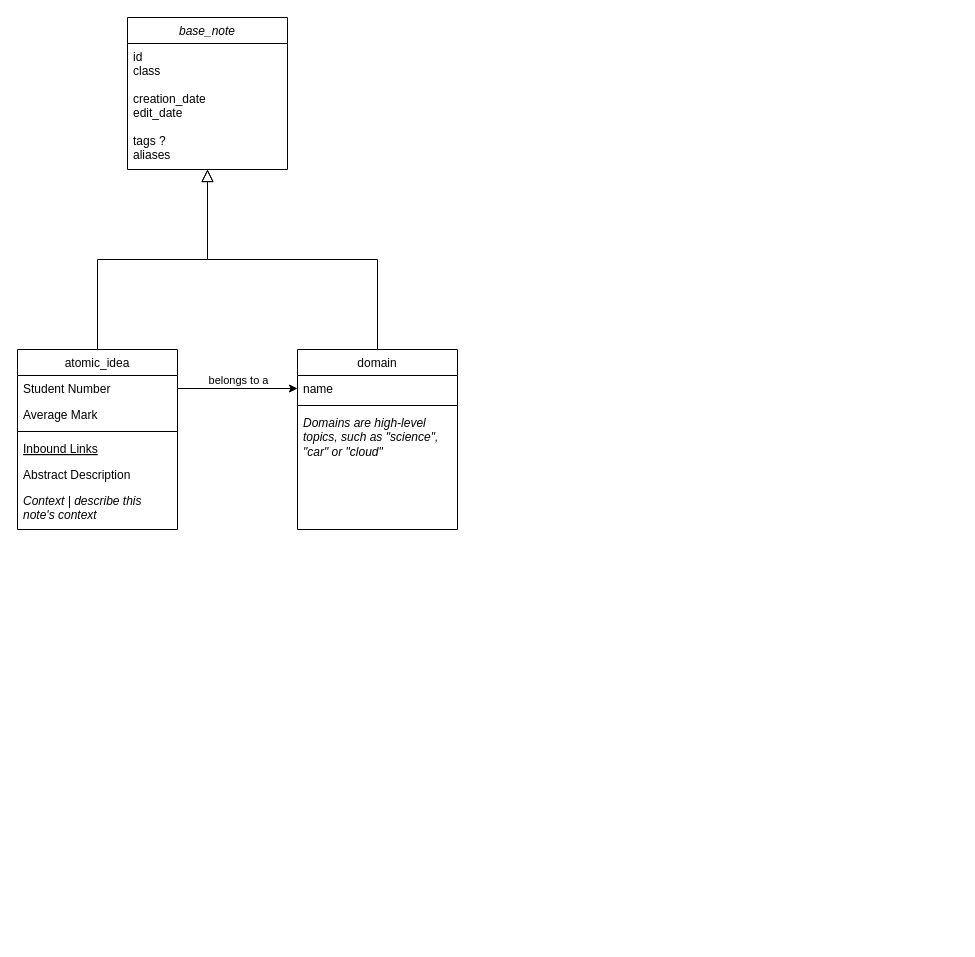
Before: Unbenanntes Diagramm.drawio in jaltgen/obsidian-meeting-workflow, a draw.io diagram. Source tidied: cells renumbered, new cells numbered last; positions are measured from the earlier drawing's top-left corner, leaving out a move shared by most shapes. Both pictures are drawn from the tidied source at 100%, with x=0, y=0 at pixel (17, 17).
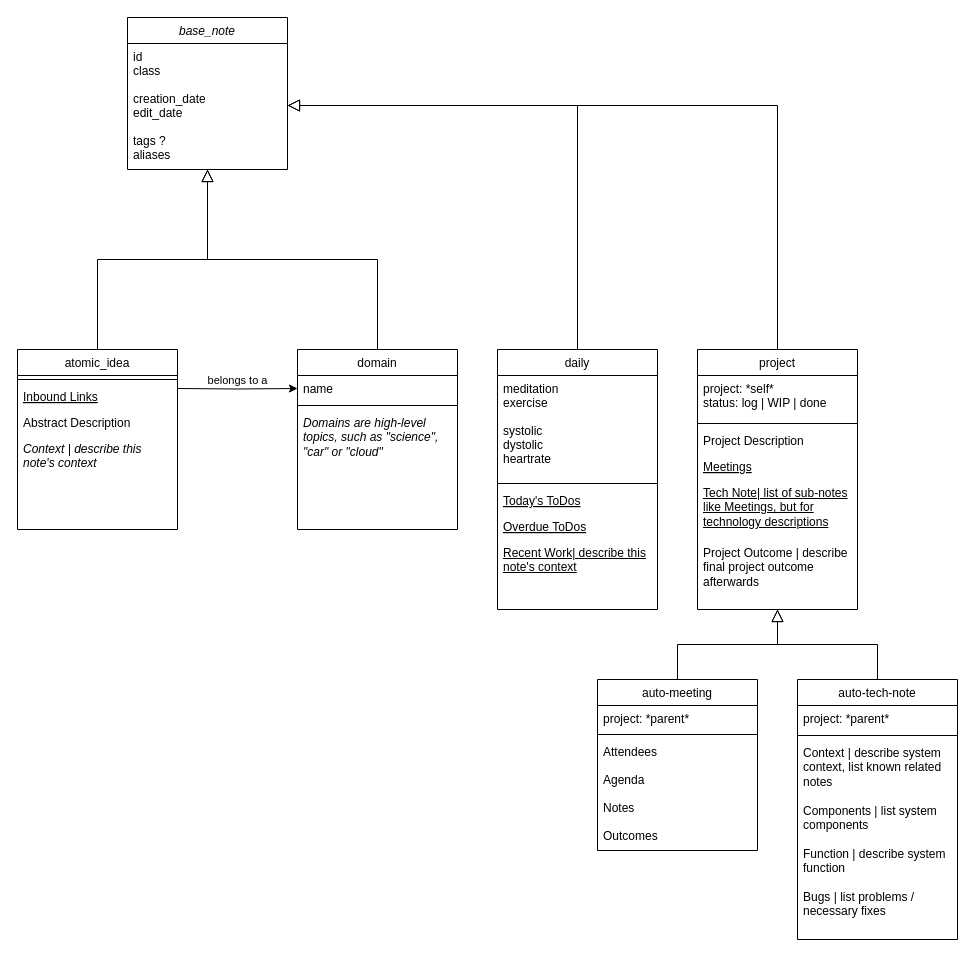
The same page after the edit.

The change refers to these unchanged cells:
```xml
<mxCell id="3" value="id&#10;class&#10;&#10;creation_date&#10;edit_date&#10;&#10;tags ?&#10;aliases&#10;" style="text;align=left;verticalAlign=top;spacingLeft=4;spacingRight=4;overflow=hidden;points=[[0,0.5],[1,0.5]];portConstraint=eastwest;strokeColor=none;" parent="2" vertex="1">
  <mxGeometry y="26" width="160" height="124" as="geometry" />
</mxCell>
<mxCell id="4" value="atomic_idea" style="swimlane;fontStyle=0;align=center;verticalAlign=top;horizontal=1;startSize=26;rounded=0;shadow=0;strokeWidth=1;" parent="1" vertex="1">
  <mxGeometry y="332" width="160" height="180" as="geometry" />
</mxCell>
<mxCell id="13" value="name" style="text;align=left;verticalAlign=top;spacingLeft=4;spacingRight=4;overflow=hidden;points=[[0,0.5],[1,0.5]];portConstraint=eastwest;" parent="12" vertex="1">
  <mxGeometry y="26" width="160" height="26" as="geometry" />
</mxCell>
```

Diff of the diagram source:
```diff
@@
-    <mxCell id="5" value="Student Number" style="text;align=left;verticalAlign=top;spacingLeft=4;spacingRight=4;overflow=hidden;points=[[0,0.5],[1,0.5]];portConstraint=eastwest;" parent="4" vertex="1">
-      <mxGeometry y="26" width="160" height="26" as="geometry" />
-    </mxCell>
-    <mxCell id="6" value="Average Mark" style="text;align=left;verticalAlign=top;spacingLeft=4;spacingRight=4;overflow=hidden;rounded=0;shadow=0;html=0;" parent="4" vertex="1">
-      <mxGeometry y="52" width="160" height="26" as="geometry" />
-    </mxCell>
     <mxCell id="7" style="line;html=1;strokeWidth=1;align=left;verticalAlign=middle;spacingTop=-1;spacingLeft=3;spacingRight=3;labelPosition=right;" parent="4" vertex="1">
-      <mxGeometry y="78" width="160" height="8" as="geometry" />
+      <mxGeometry y="26" width="160" height="8" as="geometry" />
     </mxCell>
     <mxCell id="8" value="Inbound Links" style="text;align=left;verticalAlign=top;spacingLeft=4;spacingRight=4;overflow=hidden;fontStyle=4;" parent="4" vertex="1">
-      <mxGeometry y="86" width="160" height="26" as="geometry" />
+      <mxGeometry y="34" width="160" height="26" as="geometry" />
     </mxCell>
     <mxCell id="9" value="Abstract Description" style="text;align=left;verticalAlign=top;spacingLeft=4;spacingRight=4;overflow=hidden;" parent="4" vertex="1">
-      <mxGeometry y="112" width="160" height="26" as="geometry" />
+      <mxGeometry y="60" width="160" height="26" as="geometry" />
     </mxCell>
     <mxCell id="10" value="Context | describe this note's context" style="text;align=left;verticalAlign=top;spacingLeft=4;spacingRight=4;overflow=hidden;fontStyle=2;whiteSpace=wrap;" parent="4" vertex="1">
-      <mxGeometry y="138" width="160" height="42" as="geometry" />
+      <mxGeometry y="86" width="160" height="42" as="geometry" />
     </mxCell>
@@
-    <mxCell id="17" style="edgeStyle=orthogonalEdgeStyle;rounded=0;jettySize=auto;html=1;exitX=1;exitY=0.5;exitDx=0;exitDy=0;entryX=0;entryY=0.5;entryDx=0;entryDy=0;" parent="1" edge="1" source="5" target="13">
-      <mxGeometry relative="1" as="geometry" />
+    <mxCell id="17" style="edgeStyle=orthogonalEdgeStyle;rounded=0;jettySize=auto;html=1;exitX=1;exitY=0.5;exitDx=0;exitDy=0;entryX=0;entryY=0.5;entryDx=0;entryDy=0;" parent="1" edge="1" target="13">
+      <mxGeometry relative="1" as="geometry">
+        <mxPoint x="160" y="371" as="sourcePoint" />
+      </mxGeometry>
     </mxCell>
@@
+    <mxCell id="19" style="edgeStyle=orthogonalEdgeStyle;rounded=0;jettySize=auto;html=1;exitX=0.5;exitY=0;exitDx=0;exitDy=0;entryX=1;entryY=0.5;entryDx=0;entryDy=0;endArrow=block;endSize=10;endFill=0;shadow=0;strokeWidth=1;" parent="1" edge="1" source="20" target="3">
+      <mxGeometry relative="1" as="geometry" />
+    </mxCell>
+    <mxCell id="20" value="daily" style="swimlane;fontStyle=0;align=center;verticalAlign=top;horizontal=1;startSize=26;rounded=0;shadow=0;strokeWidth=1;" parent="1" vertex="1">
+      <mxGeometry x="480" y="332" width="160" height="260" as="geometry" />
+    </mxCell>
+    <mxCell id="21" value="meditation&#10;exercise&#10;&#10;systolic&#10;dystolic&#10;heartrate" style="text;align=left;verticalAlign=top;spacingLeft=4;spacingRight=4;overflow=hidden;" parent="20" vertex="1">
+      <mxGeometry y="26" width="160" height="104" as="geometry" />
+    </mxCell>
+    <mxCell id="22" style="line;html=1;strokeWidth=1;align=left;verticalAlign=middle;spacingTop=-1;spacingLeft=3;spacingRight=3;labelPosition=right;" parent="20" vertex="1">
+      <mxGeometry y="130" width="160" height="8" as="geometry" />
+    </mxCell>
+    <mxCell id="23" value="Today's ToDos" style="text;align=left;verticalAlign=top;spacingLeft=4;spacingRight=4;overflow=hidden;fontStyle=4;" parent="20" vertex="1">
+      <mxGeometry y="138" width="160" height="26" as="geometry" />
+    </mxCell>
+    <mxCell id="24" value="Overdue ToDos" style="text;align=left;verticalAlign=top;spacingLeft=4;spacingRight=4;overflow=hidden;fontStyle=4;" parent="20" vertex="1">
+      <mxGeometry y="164" width="160" height="26" as="geometry" />
+    </mxCell>
+    <mxCell id="25" value="Recent Work| describe this note's context" style="text;align=left;verticalAlign=top;spacingLeft=4;spacingRight=4;overflow=hidden;fontStyle=4;whiteSpace=wrap;" parent="20" vertex="1">
+      <mxGeometry y="190" width="160" height="42" as="geometry" />
+    </mxCell>
+    <mxCell id="26" style="edgeStyle=orthogonalEdgeStyle;rounded=0;jettySize=auto;html=1;exitX=0.5;exitY=0;exitDx=0;exitDy=0;entryX=1;entryY=0.5;entryDx=0;entryDy=0;endArrow=block;endSize=10;endFill=0;shadow=0;strokeWidth=1;" parent="1" edge="1" source="27" target="3">
+      <mxGeometry relative="1" as="geometry" />
+    </mxCell>
+    <mxCell id="27" value="project" style="swimlane;fontStyle=0;align=center;verticalAlign=top;horizontal=1;startSize=26;rounded=0;shadow=0;strokeWidth=1;" parent="1" vertex="1">
+      <mxGeometry x="680" y="332" width="160" height="260" as="geometry" />
+    </mxCell>
+    <mxCell id="28" value="project: *self*&#10;status: log | WIP | done&#10;&#10;" style="text;align=left;verticalAlign=top;spacingLeft=4;spacingRight=4;overflow=hidden;" parent="27" vertex="1">
+      <mxGeometry y="26" width="160" height="44" as="geometry" />
+    </mxCell>
+    <mxCell id="29" style="line;html=1;strokeWidth=1;align=left;verticalAlign=middle;spacingTop=-1;spacingLeft=3;spacingRight=3;labelPosition=right;" parent="27" vertex="1">
+      <mxGeometry y="70" width="160" height="8" as="geometry" />
+    </mxCell>
+    <mxCell id="30" value="Project Description" style="text;align=left;verticalAlign=top;spacingLeft=4;spacingRight=4;overflow=hidden;fontStyle=0;" parent="27" vertex="1">
+      <mxGeometry y="78" width="160" height="26" as="geometry" />
+    </mxCell>
+    <mxCell id="31" value="Meetings" style="text;align=left;verticalAlign=top;spacingLeft=4;spacingRight=4;overflow=hidden;fontStyle=4;" parent="27" vertex="1">
+      <mxGeometry y="104" width="160" height="26" as="geometry" />
+    </mxCell>
+    <mxCell id="32" value="Tech Note| list of sub-notes like Meetings, but for technology descriptions" style="text;align=left;verticalAlign=top;spacingLeft=4;spacingRight=4;overflow=hidden;fontStyle=4;whiteSpace=wrap;" parent="27" vertex="1">
+      <mxGeometry y="130" width="160" height="60" as="geometry" />
+    </mxCell>
+    <mxCell id="33" value="Project Outcome | describe final project outcome afterwards" style="text;align=left;verticalAlign=top;spacingLeft=4;spacingRight=4;overflow=hidden;fontStyle=0;whiteSpace=wrap;" parent="27" vertex="1">
+      <mxGeometry y="190" width="160" height="50" as="geometry" />
+    </mxCell>
+    <mxCell id="34" style="edgeStyle=orthogonalEdgeStyle;rounded=0;jettySize=auto;html=1;exitX=0.5;exitY=0;exitDx=0;exitDy=0;entryX=0.5;entryY=1;entryDx=0;entryDy=0;endArrow=block;endSize=10;endFill=0;shadow=0;strokeWidth=1;" parent="1" edge="1" source="35" target="27">
+      <mxGeometry relative="1" as="geometry" />
+    </mxCell>
+    <mxCell id="35" value="auto-meeting" style="swimlane;fontStyle=0;align=center;verticalAlign=top;horizontal=1;startSize=26;rounded=0;shadow=0;strokeWidth=1;" parent="1" vertex="1">
+      <mxGeometry x="580" y="662" width="160" height="171" as="geometry" />
+    </mxCell>
+    <mxCell id="36" value="project: *parent*" style="text;align=left;verticalAlign=top;spacingLeft=4;spacingRight=4;overflow=hidden;" parent="35" vertex="1">
+      <mxGeometry y="26" width="160" height="25" as="geometry" />
+    </mxCell>
+    <mxCell id="37" style="line;html=1;strokeWidth=1;align=left;verticalAlign=middle;spacingTop=-1;spacingLeft=3;spacingRight=3;labelPosition=right;" parent="35" vertex="1">
+      <mxGeometry y="51" width="160" height="8" as="geometry" />
+    </mxCell>
+    <mxCell id="38" value="Attendees&#10;&#10;Agenda&#10;&#10;Notes&#10;&#10;Outcomes" style="text;align=left;verticalAlign=top;spacingLeft=4;spacingRight=4;overflow=hidden;fontStyle=0;" parent="35" vertex="1">
+      <mxGeometry y="59" width="160" height="112" as="geometry" />
+    </mxCell>
+    <mxCell id="39" style="edgeStyle=orthogonalEdgeStyle;rounded=0;jettySize=auto;html=1;exitX=0.5;exitY=0;exitDx=0;exitDy=0;entryX=0.5;entryY=1;entryDx=0;entryDy=0;endArrow=block;endSize=10;endFill=0;shadow=0;strokeWidth=1;" parent="1" edge="1" source="40" target="27">
+      <mxGeometry relative="1" as="geometry" />
+    </mxCell>
+    <mxCell id="40" value="auto-tech-note" style="swimlane;fontStyle=0;align=center;verticalAlign=top;horizontal=1;startSize=26;rounded=0;shadow=0;strokeWidth=1;" parent="1" vertex="1">
+      <mxGeometry x="780" y="662" width="160" height="260" as="geometry" />
+    </mxCell>
+    <mxCell id="41" value="project: *parent*" style="text;align=left;verticalAlign=top;spacingLeft=4;spacingRight=4;overflow=hidden;" parent="40" vertex="1">
+      <mxGeometry y="26" width="160" height="26" as="geometry" />
+    </mxCell>
+    <mxCell id="42" style="line;html=1;strokeWidth=1;align=left;verticalAlign=middle;spacingTop=-1;spacingLeft=3;spacingRight=3;labelPosition=right;" parent="40" vertex="1">
+      <mxGeometry y="52" width="160" height="8" as="geometry" />
+    </mxCell>
+    <mxCell id="43" value="Context | describe system context, list known related notes&#10;&#10;Components | list system components&#10;&#10;Function | describe system function&#10;&#10;Bugs | list problems / necessary fixes" style="text;align=left;verticalAlign=top;spacingLeft=4;spacingRight=4;overflow=hidden;fontStyle=0;whiteSpace=wrap;" parent="40" vertex="1">
+      <mxGeometry y="60" width="160" height="191" as="geometry" />
+    </mxCell>
```
